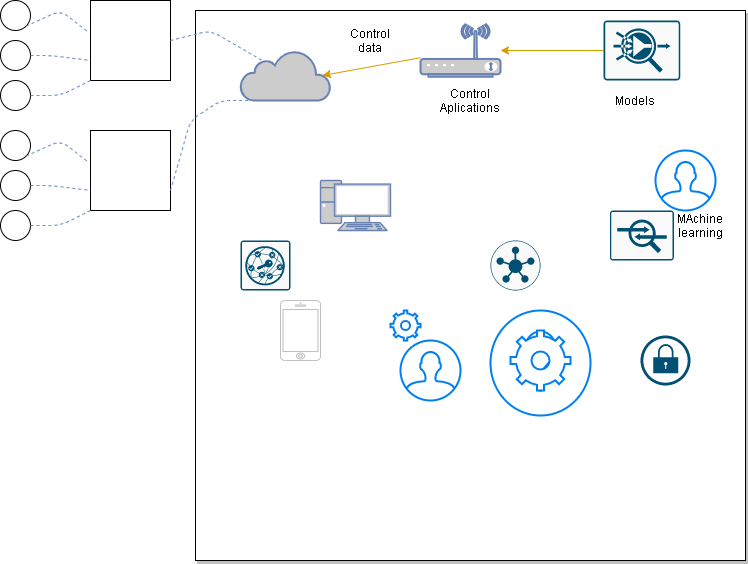
Before: Flujo.drawio.png, a diagram exported from draw.io (AlejandroDiaz96/SistemasProgramables2020). Source tidied: cells renumbered, new cells last; positions are measured from the earlier drawing's top-left corner, leaving out a move shared by most shapes.
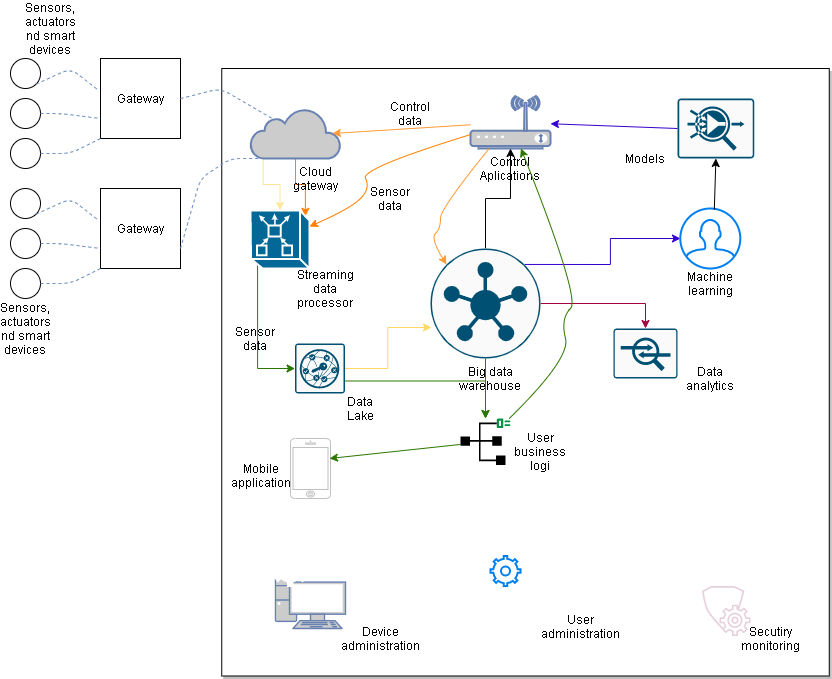
The same file after the commit.

Change to the diagram source:
```diff
@@ -2,7 +2,7 @@
   <root>
     <mxCell id="0" />
     <mxCell id="1" parent="0" />
-    <mxCell id="2" style="whiteSpace=wrap;html=1;" parent="1" vertex="1">
+    <mxCell id="2" value="Gateway" style="whiteSpace=wrap;html=1;" parent="1" vertex="1">
       <mxGeometry x="90" width="80" height="80" as="geometry" />
     </mxCell>
     <mxCell id="3" style="ellipse;whiteSpace=wrap;html=1;" parent="1" vertex="1">
@@ -35,7 +35,7 @@
         </Array>
       </mxGeometry>
     </mxCell>
-    <mxCell id="9" style="whiteSpace=wrap;html=1;" parent="1" vertex="1">
+    <mxCell id="9" value="Gateway" style="whiteSpace=wrap;html=1;" parent="1" vertex="1">
       <mxGeometry x="90" y="130" width="80" height="80" as="geometry" />
     </mxCell>
     <mxCell id="10" style="ellipse;whiteSpace=wrap;html=1;" parent="1" vertex="1">
@@ -69,28 +69,40 @@
       </mxGeometry>
     </mxCell>
     <mxCell id="16" style="whiteSpace=wrap;html=1;rounded=0;shadow=1;" parent="1" vertex="1">
-      <mxGeometry x="195" y="10" width="550" height="550" as="geometry" />
+      <mxGeometry x="211.2" y="10" width="607.5" height="607.5" as="geometry" />
     </mxCell>
+    <mxCell id="40" style="edgeStyle=orthogonalEdgeStyle;rounded=0;jettySize=auto;html=1;exitX=0.14;exitY=1;exitDx=0;exitDy=0;exitPerimeter=0;strokeColor=#FFE599;" parent="1" edge="1" source="17" target="49">
+      <mxGeometry relative="1" as="geometry" />
+    </mxCell>
+    <mxCell id="41" style="edgeStyle=orthogonalEdgeStyle;rounded=0;jettySize=auto;html=1;exitX=0.5;exitY=1;exitDx=0;exitDy=0;exitPerimeter=0;entryX=0.1;entryY=0.07;entryDx=0;entryDy=0;entryPerimeter=0;strokeColor=#FF8000;" parent="1" edge="1" source="17" target="49">
+      <mxGeometry relative="1" as="geometry" />
+    </mxCell>
     <mxCell id="17" style="html=1;outlineConnect=0;fillColor=#CCCCCC;strokeColor=#6881B3;gradientColor=none;gradientDirection=north;strokeWidth=2;shape=mxgraph.networks.cloud;fontColor=#ffffff;" parent="1" vertex="1">
       <mxGeometry x="240" y="50" width="90" height="50" as="geometry" />
     </mxCell>
-    <mxCell id="18" style="endArrow=classic;html=1;entryX=0.91;entryY=0.5;entryDx=0;entryDy=0;gradientColor=#ffa500;fillColor=#ffcd28;strokeColor=#d79b00;entryPerimeter=0;" parent="1" edge="1" source="20" target="17">
+    <mxCell id="18" style="endArrow=classic;html=1;entryX=0.91;entryY=0.5;entryDx=0;entryDy=0;gradientColor=#ffa500;fillColor=#ffcd28;strokeColor=#FF9933;entryPerimeter=0;" parent="1" edge="1" source="20" target="17">
       <mxGeometry relative="1" as="geometry" />
     </mxCell>
     <mxCell id="19" value="Control data" style="text;html=1;strokeColor=none;fillColor=none;align=center;verticalAlign=middle;whiteSpace=wrap;rounded=0;" parent="1" vertex="1">
-      <mxGeometry x="350" y="30" width="40" height="20" as="geometry" />
+      <mxGeometry x="380" y="45" width="40" height="20" as="geometry" />
     </mxCell>
     <mxCell id="20" style="fontColor=#0066CC;verticalAlign=top;verticalLabelPosition=bottom;labelPosition=center;align=center;html=1;outlineConnect=0;fillColor=#CCCCCC;strokeColor=#6881B3;gradientColor=none;gradientDirection=north;strokeWidth=2;shape=mxgraph.networks.wireless_modem;" parent="1" vertex="1">
-      <mxGeometry x="420" y="23.8" width="80" height="52.5" as="geometry" />
+      <mxGeometry x="460" y="37.5" width="80" height="52.5" as="geometry" />
     </mxCell>
     <mxCell id="21" value="Control Aplications" style="text;html=1;strokeColor=none;fillColor=none;align=center;verticalAlign=middle;whiteSpace=wrap;rounded=0;" parent="1" vertex="1">
-      <mxGeometry x="450" y="90" width="40" height="20" as="geometry" />
+      <mxGeometry x="480" y="100" width="40" height="20" as="geometry" />
     </mxCell>
+    <mxCell id="42" style="edgeStyle=orthogonalEdgeStyle;rounded=0;jettySize=auto;html=1;exitX=1;exitY=0.5;exitDx=0;exitDy=0;exitPerimeter=0;entryX=0.009;entryY=0.718;entryDx=0;entryDy=0;entryPerimeter=0;strokeColor=#FFD966;" parent="1" edge="1" source="22" target="29">
+      <mxGeometry relative="1" as="geometry" />
+    </mxCell>
+    <mxCell id="43" style="edgeStyle=orthogonalEdgeStyle;rounded=0;jettySize=auto;html=1;exitX=1;exitY=0.75;exitDx=0;exitDy=0;exitPerimeter=0;strokeColor=#2D7600;fillColor=#60a917;" parent="1" edge="1" source="22" target="54">
+      <mxGeometry relative="1" as="geometry" />
+    </mxCell>
     <mxCell id="22" style="points=[[0.015,0.015,0],[0.985,0.015,0],[0.985,0.985,0],[0.015,0.985,0],[0.25,0,0],[0.5,0,0],[0.75,0,0],[1,0.25,0],[1,0.5,0],[1,0.75,0],[0.75,1,0],[0.5,1,0],[0.25,1,0],[0,0.75,0],[0,0.5,0],[0,0.25,0]];verticalLabelPosition=bottom;html=1;verticalAlign=top;align=center;shape=mxgraph.cisco19.rect;prIcon=posture_assessment;fillColor=#FAFAFA;strokeColor=#005073;" parent="1" vertex="1">
-      <mxGeometry x="240" y="240" width="50" height="50" as="geometry" />
+      <mxGeometry x="284.5" y="285" width="50" height="50" as="geometry" />
     </mxCell>
     <mxCell id="23" style="points=[[0.015,0.015,0],[0.985,0.015,0],[0.985,0.985,0],[0.015,0.985,0],[0.25,0,0],[0.5,0,0],[0.75,0,0],[1,0.25,0],[1,0.5,0],[1,0.75,0],[0.75,1,0],[0.5,1,0],[0.25,1,0],[0,0.75,0],[0,0.5,0],[0,0.25,0]];verticalLabelPosition=bottom;html=1;verticalAlign=top;align=center;shape=mxgraph.cisco19.rect;prIcon=flow_collector;fillColor=#FAFAFA;strokeColor=#005073;" parent="1" vertex="1">
-      <mxGeometry x="603" y="20" width="76.8" height="60" as="geometry" />
+      <mxGeometry x="667" y="40" width="76.8" height="60" as="geometry" />
     </mxCell>
     <mxCell id="24" value="Models" style="text;html=1;strokeColor=none;fillColor=none;align=center;verticalAlign=middle;whiteSpace=wrap;rounded=0;" parent="1" vertex="1">
       <mxGeometry x="615" y="90" width="40" height="20" as="geometry" />
@@ -111,43 +123,136 @@
       </mxGeometry>
     </mxCell>
     <mxCell id="27" style="points=[[0.015,0.015,0],[0.985,0.015,0],[0.985,0.985,0],[0.015,0.985,0],[0.25,0,0],[0.5,0,0],[0.75,0,0],[1,0.25,0],[1,0.5,0],[1,0.75,0],[0.75,1,0],[0.5,1,0],[0.25,1,0],[0,0.75,0],[0,0.5,0],[0,0.25,0]];verticalLabelPosition=bottom;html=1;verticalAlign=top;align=center;shape=mxgraph.cisco19.rect;prIcon=ips_ids;fillColor=#FAFAFA;strokeColor=#005073;" parent="1" vertex="1">
-      <mxGeometry x="609.4" y="210" width="64" height="50" as="geometry" />
+      <mxGeometry x="603" y="270" width="64" height="50" as="geometry" />
     </mxCell>
-    <mxCell id="28" style="verticalLabelPosition=bottom;html=1;verticalAlign=top;align=center;shape=mxgraph.cisco19.lock;fillColor=#005073;strokeColor=none;" parent="1" vertex="1">
-      <mxGeometry x="640" y="335" width="50" height="50" as="geometry" />
-    </mxCell>
+    <mxCell id="44" style="edgeStyle=orthogonalEdgeStyle;rounded=0;jettySize=auto;html=1;exitX=0.5;exitY=0;exitDx=0;exitDy=0;exitPerimeter=0;" parent="1" edge="1" source="29" target="20">
+      <mxGeometry relative="1" as="geometry" />
+    </mxCell>
+    <mxCell id="45" style="edgeStyle=orthogonalEdgeStyle;rounded=0;jettySize=auto;html=1;exitX=0.8555;exitY=0.145;exitDx=0;exitDy=0;exitPerimeter=0;entryX=0.003;entryY=0.5;entryDx=0;entryDy=0;entryPerimeter=0;strokeColor=#3700CC;fillColor=#6a00ff;" parent="1" edge="1" source="29" target="38">
+      <mxGeometry relative="1" as="geometry" />
+    </mxCell>
+    <mxCell id="46" style="edgeStyle=orthogonalEdgeStyle;rounded=0;jettySize=auto;html=1;exitX=1;exitY=0.5;exitDx=0;exitDy=0;exitPerimeter=0;entryX=0.5;entryY=0;entryDx=0;entryDy=0;entryPerimeter=0;strokeColor=#A50040;fillColor=#d80073;" parent="1" edge="1" source="29" target="27">
+      <mxGeometry relative="1" as="geometry" />
+    </mxCell>
+    <mxCell id="47" style="edgeStyle=orthogonalEdgeStyle;rounded=0;jettySize=auto;html=1;exitX=0.5;exitY=1;exitDx=0;exitDy=0;exitPerimeter=0;strokeColor=#2D7600;fillColor=#60a917;" parent="1" edge="1" source="29" target="54">
+      <mxGeometry relative="1" as="geometry" />
+    </mxCell>
     <mxCell id="29" style="points=[[0.5,0,0],[1,0.5,0],[0.5,1,0],[0,0.5,0],[0.145,0.145,0],[0.8555,0.145,0],[0.855,0.8555,0],[0.145,0.855,0]];verticalLabelPosition=bottom;html=1;verticalAlign=top;align=center;shape=mxgraph.cisco19.rect;prIcon=vsmart;fillColor=#FAFAFA;strokeColor=#005073;" parent="1" vertex="1">
-      <mxGeometry x="490" y="240" width="50" height="50" as="geometry" />
+      <mxGeometry x="420" y="190" width="110" height="110" as="geometry" />
     </mxCell>
     <mxCell id="30" style="fontColor=#0066CC;verticalAlign=top;verticalLabelPosition=bottom;labelPosition=center;align=center;html=1;fillColor=#CCCCCC;strokeColor=#6881B3;gradientColor=none;gradientDirection=north;strokeWidth=2;shape=mxgraph.networks.pc;" parent="1" vertex="1">
-      <mxGeometry x="320" y="180" width="70" height="50" as="geometry" />
+      <mxGeometry x="265" y="520" width="70" height="50" as="geometry" />
     </mxCell>
     <mxCell id="31" style="html=1;verticalLabelPosition=bottom;labelBackgroundColor=#ffffff;verticalAlign=top;shadow=0;dashed=0;strokeWidth=1;shape=mxgraph.ios7.misc.iphone;strokeColor=#c0c0c0;" parent="1" vertex="1">
-      <mxGeometry x="280" y="300" width="40" height="60" as="geometry" />
+      <mxGeometry x="280" y="380" width="40" height="60" as="geometry" />
     </mxCell>
-    <mxCell id="32" style="html=1;verticalLabelPosition=bottom;align=center;labelBackgroundColor=#ffffff;verticalAlign=top;strokeWidth=2;strokeColor=#0080F0;shadow=0;dashed=0;shape=mxgraph.ios7.icons.user;" parent="1" vertex="1">
-      <mxGeometry x="400" y="340" width="60" height="60" as="geometry" />
+    <mxCell id="32" style="html=1;verticalLabelPosition=bottom;align=center;labelBackgroundColor=#ffffff;verticalAlign=top;strokeWidth=2;strokeColor=#FFFFFF;shadow=0;dashed=0;shape=mxgraph.ios7.icons.user;" parent="1" vertex="1">
+      <mxGeometry x="485" y="510" width="60" height="60" as="geometry" />
     </mxCell>
     <mxCell id="33" style="html=1;verticalLabelPosition=bottom;align=center;labelBackgroundColor=#ffffff;verticalAlign=top;strokeWidth=2;strokeColor=#0080F0;shadow=0;dashed=0;shape=mxgraph.ios7.icons.settings;" parent="1" vertex="1">
-      <mxGeometry x="390" y="310" width="30" height="30" as="geometry" />
+      <mxGeometry x="480" y="497.5" width="30" height="30" as="geometry" />
     </mxCell>
-    <mxCell id="34" style="html=1;verticalLabelPosition=bottom;align=center;labelBackgroundColor=#ffffff;verticalAlign=top;strokeWidth=2;strokeColor=#0080F0;shadow=0;dashed=0;shape=mxgraph.ios7.icons.help;" parent="1" vertex="1">
-      <mxGeometry x="490" y="310" width="100" height="105" as="geometry" />
-    </mxCell>
-    <mxCell id="35" style="html=1;verticalLabelPosition=bottom;align=center;labelBackgroundColor=#ffffff;verticalAlign=top;strokeWidth=2;strokeColor=#0080F0;shadow=0;dashed=0;shape=mxgraph.ios7.icons.settings;" parent="1" vertex="1">
-      <mxGeometry x="510" y="330" width="60" height="60" as="geometry" />
+    <mxCell id="35" style="html=1;verticalLabelPosition=bottom;align=center;labelBackgroundColor=#ffffff;verticalAlign=top;strokeWidth=2;strokeColor=#FFFFFF;shadow=0;dashed=0;shape=mxgraph.ios7.icons.settings;" parent="1" vertex="1">
+      <mxGeometry x="260" y="480" width="39.5" height="47.5" as="geometry" />
     </mxCell>
-    <mxCell id="36" style="endArrow=classic;html=1;gradientColor=#ffa500;fillColor=#ffcd28;strokeColor=#d79b00;exitX=0;exitY=0.5;exitDx=0;exitDy=0;exitPerimeter=0;" parent="1" edge="1" source="23" target="20">
+    <mxCell id="36" style="endArrow=classic;html=1;fillColor=#6a00ff;strokeColor=#3700CC;exitX=0;exitY=0.5;exitDx=0;exitDy=0;exitPerimeter=0;" parent="1" edge="1" source="23" target="20">
       <mxGeometry relative="1" as="geometry" />
     </mxCell>
     <mxCell id="37" style="shadow=0;dashed=0;html=1;strokeColor=none;fillColor=#FFFFFF;labelPosition=center;verticalLabelPosition=bottom;verticalAlign=top;align=center;shape=mxgraph.vvd.vrealize_automation;" parent="1" vertex="1">
       <mxGeometry x="640" y="150.6" width="19.4" height="19.4" as="geometry" />
     </mxCell>
     <mxCell id="38" style="html=1;verticalLabelPosition=bottom;align=center;labelBackgroundColor=#ffffff;verticalAlign=top;strokeWidth=2;strokeColor=#0080F0;shadow=0;dashed=0;shape=mxgraph.ios7.icons.user;" parent="1" vertex="1">
-      <mxGeometry x="655" y="150" width="60" height="60" as="geometry" />
+      <mxGeometry x="669.8" y="150" width="60" height="60" as="geometry" />
     </mxCell>
-    <mxCell id="39" value="MAchine learning" style="text;html=1;strokeColor=none;fillColor=none;align=center;verticalAlign=middle;whiteSpace=wrap;rounded=0;" parent="1" vertex="1">
+    <mxCell id="39" value="Machine learning" style="text;html=1;strokeColor=none;fillColor=none;align=center;verticalAlign=middle;whiteSpace=wrap;rounded=0;" parent="1" vertex="1">
       <mxGeometry x="679.8" y="215" width="40" height="20" as="geometry" />
     </mxCell>
+    <mxCell id="48" style="edgeStyle=orthogonalEdgeStyle;rounded=0;jettySize=auto;html=1;exitX=0.93;exitY=0.88;exitDx=0;exitDy=0;exitPerimeter=0;entryX=0;entryY=0.5;entryDx=0;entryDy=0;entryPerimeter=0;strokeColor=#2D7600;fillColor=#60a917;" parent="1" edge="1" source="49" target="22">
+      <mxGeometry relative="1" as="geometry" />
+    </mxCell>
+    <mxCell id="49" style="shape=mxgraph.cisco.hubs_and_gateways.mas_gateway;html=1;dashed=0;fillColor=#036897;strokeColor=#ffffff;strokeWidth=2;verticalLabelPosition=bottom;verticalAlign=top;align=center;outlineConnect=0;direction=south;" parent="1" vertex="1">
+      <mxGeometry x="240" y="152" width="59" height="58" as="geometry" />
+    </mxCell>
+    <mxCell id="50" value="Streaming data processor" style="text;html=1;strokeColor=none;fillColor=none;align=center;verticalAlign=middle;whiteSpace=wrap;rounded=0;" parent="1" vertex="1">
+      <mxGeometry x="295" y="220" width="40" height="20" as="geometry" />
+    </mxCell>
+    <mxCell id="51" value="Data Lake" style="text;html=1;strokeColor=none;fillColor=none;align=center;verticalAlign=middle;whiteSpace=wrap;rounded=0;" parent="1" vertex="1">
+      <mxGeometry x="329.5" y="340" width="40" height="20" as="geometry" />
+    </mxCell>
+    <mxCell id="52" value="Big data warehouse" style="text;html=1;strokeColor=none;fillColor=none;align=center;verticalAlign=middle;whiteSpace=wrap;rounded=0;" parent="1" vertex="1">
+      <mxGeometry x="460" y="310" width="40" height="20" as="geometry" />
+    </mxCell>
+    <mxCell id="53" value="Data analytics" style="text;html=1;strokeColor=none;fillColor=none;align=center;verticalAlign=middle;whiteSpace=wrap;rounded=0;" parent="1" vertex="1">
+      <mxGeometry x="679.8" y="310" width="40" height="20" as="geometry" />
+    </mxCell>
+    <mxCell id="54" style="shadow=0;dashed=0;html=1;strokeColor=none;labelPosition=center;verticalLabelPosition=bottom;verticalAlign=top;align=center;outlineConnect=0;shape=mxgraph.vvd.endpoint;fillColor=#000000;" parent="1" vertex="1">
+      <mxGeometry x="450" y="360" width="50" height="46.5" as="geometry" />
+    </mxCell>
+    <mxCell id="55" value="Mobile application" style="text;html=1;strokeColor=none;fillColor=none;align=center;verticalAlign=middle;whiteSpace=wrap;rounded=0;" parent="1" vertex="1">
+      <mxGeometry x="230.5" y="406.5" width="40" height="20" as="geometry" />
+    </mxCell>
+    <mxCell id="56" value="User business logi" style="text;html=1;strokeColor=none;fillColor=none;align=center;verticalAlign=middle;whiteSpace=wrap;rounded=0;" parent="1" vertex="1">
+      <mxGeometry x="510" y="382.5" width="40" height="20" as="geometry" />
+    </mxCell>
+    <mxCell id="57" style="shadow=0;dashed=0;html=1;strokeColor=none;fillColor=#E6D0DE;labelPosition=center;verticalLabelPosition=bottom;verticalAlign=top;align=center;shape=mxgraph.vvd.protection_group_config;" parent="1" vertex="1">
+      <mxGeometry x="691.5" y="527.5" width="48.5" height="50" as="geometry" />
+    </mxCell>
+    <mxCell id="58" value="Secutiry monitoring" style="text;html=1;strokeColor=none;fillColor=none;align=center;verticalAlign=middle;whiteSpace=wrap;rounded=0;" parent="1" vertex="1">
+      <mxGeometry x="740" y="570" width="40" height="20" as="geometry" />
+    </mxCell>
+    <mxCell id="59" value="Device administration" style="text;html=1;strokeColor=none;fillColor=none;align=center;verticalAlign=middle;whiteSpace=wrap;rounded=0;" parent="1" vertex="1">
+      <mxGeometry x="350" y="570" width="40" height="20" as="geometry" />
+    </mxCell>
+    <mxCell id="60" value="User administration" style="text;html=1;strokeColor=none;fillColor=none;align=center;verticalAlign=middle;whiteSpace=wrap;rounded=0;" parent="1" vertex="1">
+      <mxGeometry x="550" y="557.5" width="40" height="20" as="geometry" />
+    </mxCell>
+    <mxCell id="61" style="curved=1;endArrow=classic;html=1;fillColor=#60a917;strokeColor=#FF8000;" parent="1" edge="1" source="20" target="49">
+      <mxGeometry relative="1" as="geometry">
+        <Array as="points">
+          <mxPoint x="350" y="110" />
+          <mxPoint x="360" y="130" />
+          <mxPoint x="340" y="150" />
+        </Array>
+      </mxGeometry>
+    </mxCell>
+    <mxCell id="62" value="Sensor data" style="text;html=1;strokeColor=none;fillColor=none;align=center;verticalAlign=middle;whiteSpace=wrap;rounded=0;" parent="1" vertex="1">
+      <mxGeometry x="360" y="130" width="40" height="20" as="geometry" />
+    </mxCell>
+    <mxCell id="63" value="Cloud gateway" style="text;html=1;strokeColor=none;fillColor=none;align=center;verticalAlign=middle;whiteSpace=wrap;rounded=0;" parent="1" vertex="1">
+      <mxGeometry x="284.5" y="110" width="40" height="20" as="geometry" />
+    </mxCell>
+    <mxCell id="64" style="endArrow=classic;html=1;exitX=0.567;exitY=0.017;exitDx=0;exitDy=0;exitPerimeter=0;entryX=0.5;entryY=1;entryDx=0;entryDy=0;entryPerimeter=0;" parent="1" edge="1" source="38" target="23">
+      <mxGeometry relative="1" as="geometry" />
+    </mxCell>
+    <mxCell id="65" style="curved=1;endArrow=classic;html=1;fillColor=#60a917;strokeColor=#2D7600;" parent="1" edge="1" source="54" target="20">
+      <mxGeometry relative="1" as="geometry">
+        <Array as="points">
+          <mxPoint x="560" y="300" />
+          <mxPoint x="550" y="260" />
+          <mxPoint x="570" y="240" />
+        </Array>
+      </mxGeometry>
+    </mxCell>
+    <mxCell id="66" style="curved=1;endArrow=classic;html=1;strokeColor=#FF9933;entryX=0.145;entryY=0.145;entryDx=0;entryDy=0;entryPerimeter=0;" parent="1" edge="1" source="20" target="29">
+      <mxGeometry relative="1" as="geometry">
+        <Array as="points">
+          <mxPoint x="430" y="150" />
+          <mxPoint x="430" y="170" />
+          <mxPoint x="420" y="180" />
+        </Array>
+      </mxGeometry>
+    </mxCell>
+    <mxCell id="67" value="Sensor data" style="text;html=1;strokeColor=none;fillColor=none;align=center;verticalAlign=middle;whiteSpace=wrap;rounded=0;" parent="1" vertex="1">
+      <mxGeometry x="225" y="270" width="40" height="20" as="geometry" />
+    </mxCell>
+    <mxCell id="68" style="endArrow=classic;html=1;strokeColor=#2D7600;entryX=0.975;entryY=0.333;entryDx=0;entryDy=0;entryPerimeter=0;fillColor=#60a917;" parent="1" edge="1" source="54" target="31">
+      <mxGeometry relative="1" as="geometry" />
+    </mxCell>
+    <mxCell id="69" value="Sensors, actuators nd smart devices" style="text;html=1;strokeColor=none;fillColor=none;align=center;verticalAlign=middle;whiteSpace=wrap;rounded=0;" parent="1" vertex="1">
+      <mxGeometry x="20" y="-40" width="40" height="20" as="geometry" />
+    </mxCell>
+    <mxCell id="70" value="Sensors, actuators nd smart devices" style="text;html=1;strokeColor=none;fillColor=none;align=center;verticalAlign=middle;whiteSpace=wrap;rounded=0;" parent="1" vertex="1">
+      <mxGeometry x="-5" y="260" width="40" height="20" as="geometry" />
+    </mxCell>
   </root>
 </mxGraphModel>
```
